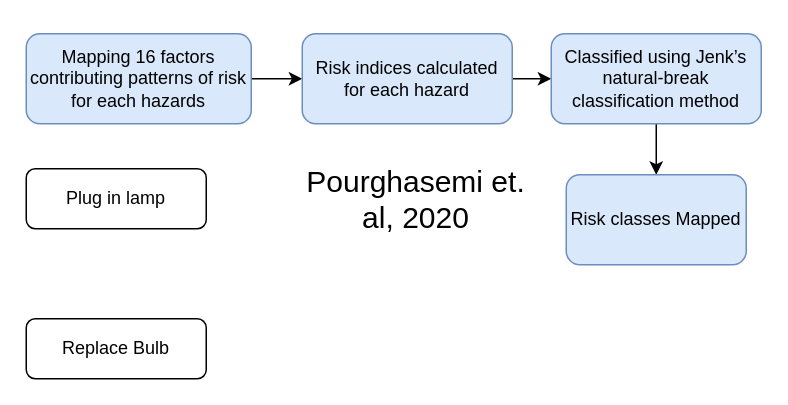
Above: ICARS.drawio in rachitiirs/ICARS (draw.io), before the change. Source tidied: cells renumbered, new cells numbered last; positions are measured from the earlier drawing's top-left corner, leaving out a move shared by most shapes. Both pictures are drawn from the tidied source at 150%, with x=0, y=0 at pixel (26, 33).
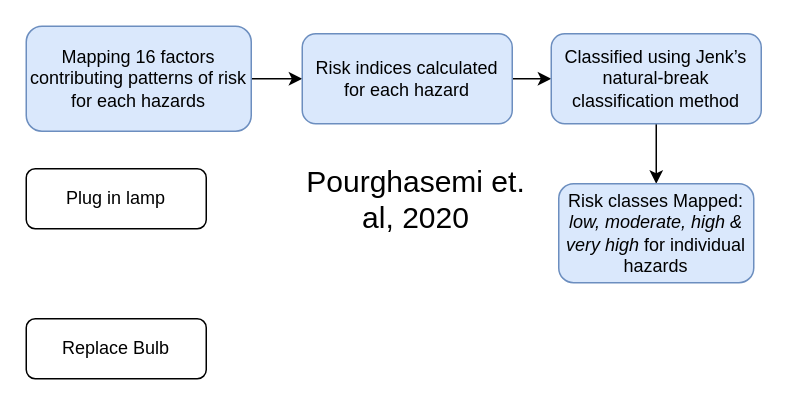
After the change.

Diff of the diagram source:
```diff
@@
 <mxGraphModel>
   <root>
     <mxCell id="0" />
     <mxCell id="1" parent="0" />
     <mxCell id="2" style="edgeStyle=orthogonalEdgeStyle;rounded=0;jettySize=auto;html=1;entryX=0;entryY=0.5;entryDx=0;entryDy=0;" parent="1" edge="1" source="3" target="6">
       <mxGeometry relative="1" as="geometry" />
     </mxCell>
     <mxCell id="3" value="Mapping 16 factors contributing patterns of risk for each hazards" style="rounded=1;whiteSpace=wrap;html=1;fontSize=12;glass=0;strokeWidth=1;shadow=0;fillColor=#dae8fc;strokeColor=#6c8ebf;" parent="1" vertex="1">
-      <mxGeometry width="150" height="60" as="geometry" />
+      <mxGeometry y="-5" width="150" height="70" as="geometry" />
     </mxCell>
     <mxCell id="4" value="Plug in lamp" style="rounded=1;whiteSpace=wrap;html=1;fontSize=12;glass=0;strokeWidth=1;shadow=0;" parent="1" vertex="1">
       <mxGeometry y="90" width="120" height="40" as="geometry" />
     </mxCell>
     <mxCell id="5" style="edgeStyle=orthogonalEdgeStyle;rounded=0;jettySize=auto;html=1;" parent="1" edge="1" source="6" target="9">
       <mxGeometry relative="1" as="geometry" />
     </mxCell>
     <mxCell id="6" value="&lt;div&gt;Risk indices calculated for each hazard&lt;/div&gt;" style="rounded=1;whiteSpace=wrap;html=1;fontSize=12;glass=0;strokeWidth=1;shadow=0;fillColor=#dae8fc;strokeColor=#6c8ebf;" parent="1" vertex="1">
       <mxGeometry x="184" width="140" height="60" as="geometry" />
     </mxCell>
     <mxCell id="7" value="Replace Bulb" style="rounded=1;whiteSpace=wrap;html=1;fontSize=12;glass=0;strokeWidth=1;shadow=0;" parent="1" vertex="1">
       <mxGeometry y="190" width="120" height="40" as="geometry" />
     </mxCell>
     <mxCell id="8" style="edgeStyle=orthogonalEdgeStyle;rounded=0;jettySize=auto;html=1;" parent="1" edge="1" source="9" target="10">
       <mxGeometry relative="1" as="geometry" />
     </mxCell>
     <mxCell id="9" value="&lt;div&gt;&lt;span style=&quot;background-color: initial;&quot;&gt;Classified using Jenk’s natural-break classification method&lt;/span&gt;&lt;/div&gt;" style="rounded=1;whiteSpace=wrap;html=1;fontSize=12;glass=0;strokeWidth=1;shadow=0;fillColor=#dae8fc;strokeColor=#6c8ebf;" parent="1" vertex="1">
       <mxGeometry x="350" width="140" height="60" as="geometry" />
     </mxCell>
-    <mxCell id="10" value="Risk classes Mapped" style="whiteSpace=wrap;html=1;rounded=1;glass=0;strokeWidth=1;shadow=0;fillColor=#dae8fc;strokeColor=#6c8ebf;" parent="1" vertex="1">
-      <mxGeometry x="360" y="94" width="120" height="60" as="geometry" />
+    <mxCell id="10" value="Risk classes Mapped:&lt;div&gt;&lt;i&gt;low,&amp;nbsp;&lt;/i&gt;&lt;span style=&quot;background-color: initial;&quot;&gt;&lt;i&gt;moderate, high &amp;amp; very high &lt;/i&gt;for individual hazards&lt;/span&gt;&lt;/div&gt;" style="whiteSpace=wrap;html=1;rounded=1;glass=0;strokeWidth=1;shadow=0;fillColor=#dae8fc;strokeColor=#6c8ebf;" parent="1" vertex="1">
+      <mxGeometry x="355" y="100" width="130" height="66" as="geometry" />
     </mxCell>
     <mxCell id="11" value="&lt;font style=&quot;font-size: 20px;&quot;&gt;Pourghasemi et.&lt;br&gt;al, 2020&lt;/font&gt;" style="text;html=1;align=center;verticalAlign=middle;whiteSpace=wrap;rounded=0;" parent="1" vertex="1">
       <mxGeometry x="170" y="65" width="180" height="90" as="geometry" />
     </mxCell>
   </root>
 </mxGraphModel>
```
